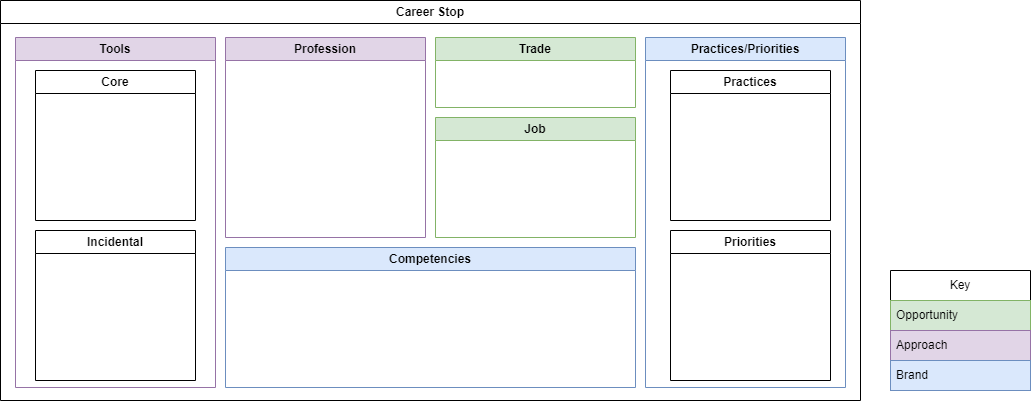
pgaljan/pgaljan.github.io keeps this draw.io diagram as images/careerstop-template.drawio.png. Above is the earlier version. Source tidied: cells renumbered, new cells last; positions are measured from the earlier drawing's top-left corner, leaving out a move shared by most shapes.
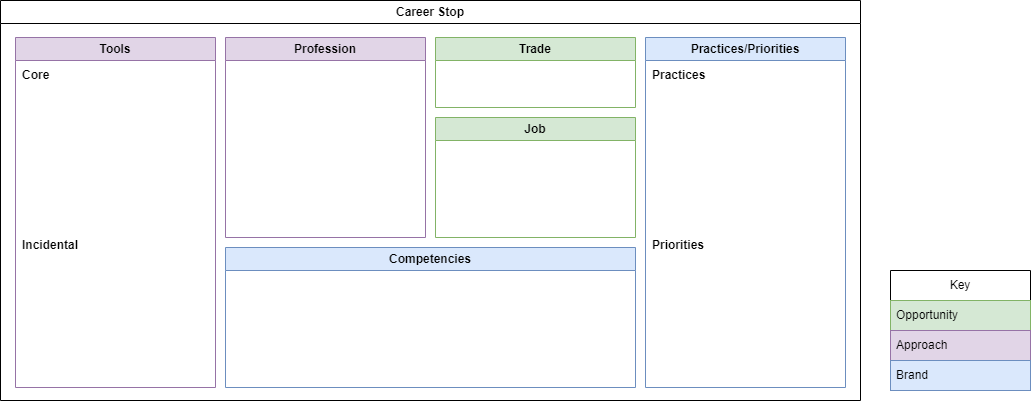
Above is the later version.

What changed in the source:
```diff
@@ -8,11 +8,11 @@
     <mxCell id="3" value="Tools" style="swimlane;whiteSpace=wrap;html=1;fillColor=#e1d5e7;strokeColor=#9673a6;" parent="2" vertex="1">
       <mxGeometry x="15" y="37" width="200" height="350" as="geometry" />
     </mxCell>
-    <mxCell id="4" value="Core" style="swimlane;whiteSpace=wrap;html=1;" parent="3" vertex="1">
-      <mxGeometry x="20" y="33" width="160" height="150" as="geometry" />
+    <mxCell id="4" value="Core" style="text;html=1;align=left;verticalAlign=middle;whiteSpace=wrap;rounded=0;fontStyle=1;" parent="3" vertex="1">
+      <mxGeometry x="5" y="23" width="60" height="30" as="geometry" />
     </mxCell>
-    <mxCell id="5" value="Incidental" style="swimlane;whiteSpace=wrap;html=1;" parent="3" vertex="1">
-      <mxGeometry x="20" y="193" width="160" height="150" as="geometry" />
+    <mxCell id="5" value="Incidental" style="text;html=1;align=left;verticalAlign=middle;whiteSpace=wrap;rounded=0;fontStyle=1;" parent="3" vertex="1">
+      <mxGeometry x="5" y="193" width="60" height="30" as="geometry" />
     </mxCell>
     <mxCell id="6" value="Competencies" style="swimlane;whiteSpace=wrap;html=1;fillColor=#dae8fc;strokeColor=#6c8ebf;" parent="2" vertex="1">
       <mxGeometry x="225" y="247" width="410" height="140" as="geometry" />
@@ -20,11 +20,11 @@
     <mxCell id="7" value="Practices/Priorities" style="swimlane;whiteSpace=wrap;html=1;fillColor=#dae8fc;strokeColor=#6c8ebf;" parent="2" vertex="1">
       <mxGeometry x="645" y="37" width="200" height="350" as="geometry" />
     </mxCell>
-    <mxCell id="8" value="Practices" style="swimlane;whiteSpace=wrap;html=1;" parent="7" vertex="1">
-      <mxGeometry x="25" y="33" width="160" height="150" as="geometry" />
+    <mxCell id="8" value="Practices" style="text;html=1;align=left;verticalAlign=middle;whiteSpace=wrap;rounded=0;fontStyle=1;" parent="7" vertex="1">
+      <mxGeometry x="5" y="23" width="60" height="30" as="geometry" />
     </mxCell>
-    <mxCell id="9" value="Priorities" style="swimlane;whiteSpace=wrap;html=1;" parent="7" vertex="1">
-      <mxGeometry x="25" y="193" width="160" height="150" as="geometry" />
+    <mxCell id="9" value="Priorities" style="text;html=1;align=left;verticalAlign=middle;whiteSpace=wrap;rounded=0;fontStyle=1;" parent="7" vertex="1">
+      <mxGeometry x="5" y="193" width="60" height="30" as="geometry" />
     </mxCell>
     <mxCell id="10" value="Profession" style="swimlane;whiteSpace=wrap;html=1;fillColor=#e1d5e7;strokeColor=#9673a6;" parent="2" vertex="1">
       <mxGeometry x="225" y="37" width="200" height="200" as="geometry" />
```
